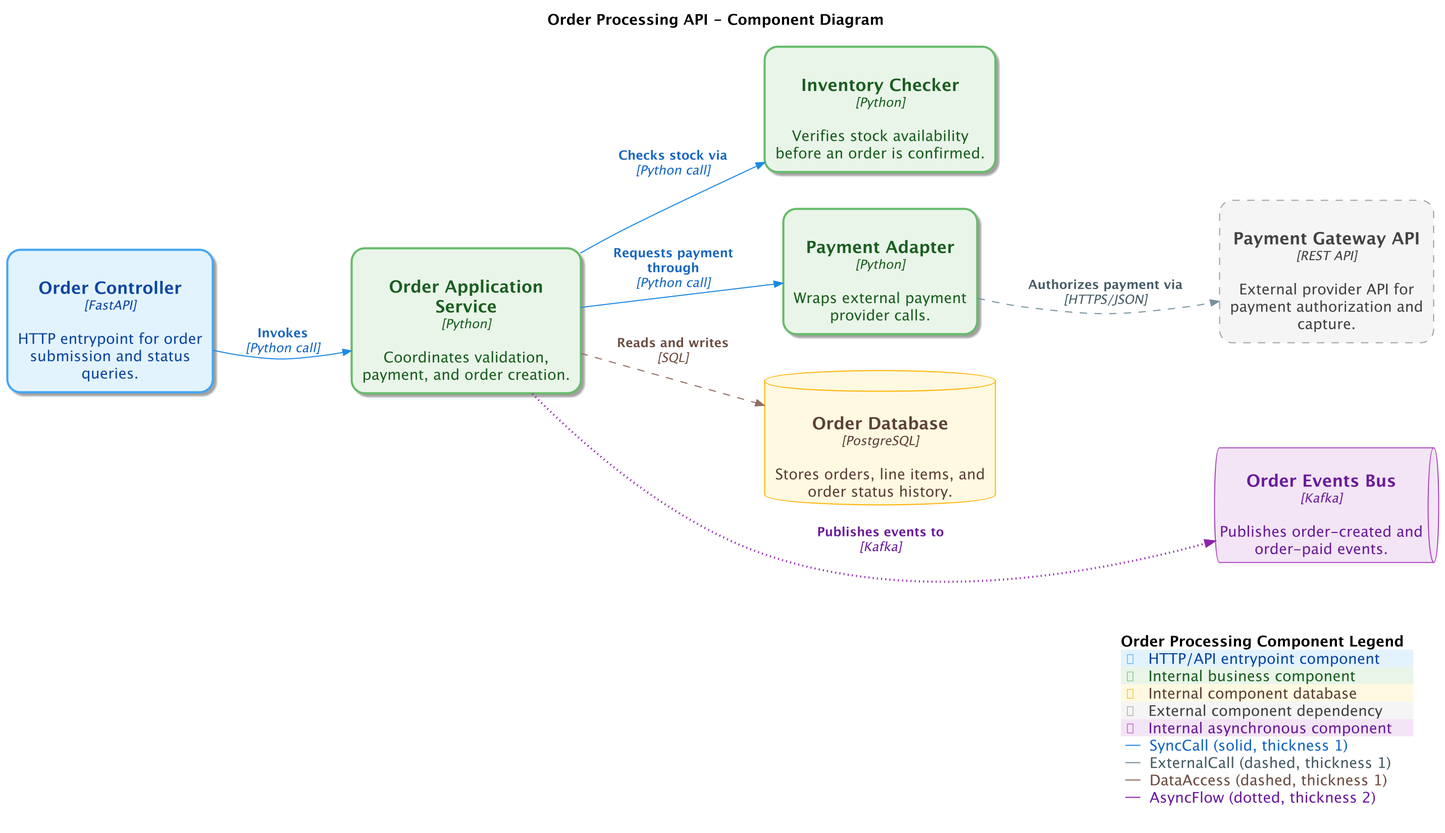
sidorov-as/c4-diagrams keeps this PlantUML diagram as docs/assets/examples/plantuml/component-diagram.png. Above is the earlier version.
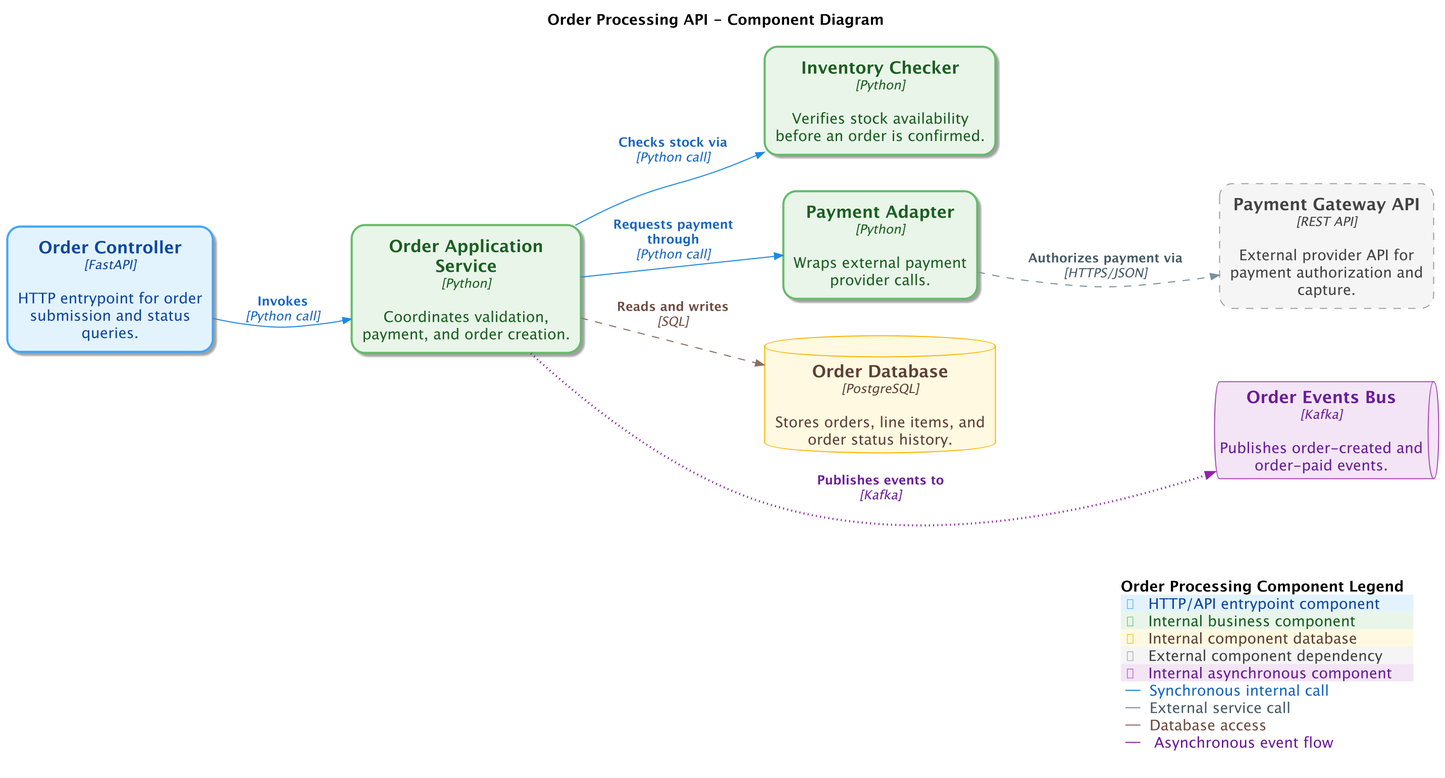
The same diagram one commit later.

What changed in the source:
```diff
@@ -6,17 +6,17 @@
 !endif
 skinparam dpi 200
 
-AddComponentTag("Entrypoint", $bgColor="#e3f2fd", $fontColor="#0d47a1", $borderColor="#42a5f5", $shadowing="true", $shape=RoundedBoxShape(), $sprite="server", $techn="FastAPI", $legendText="HTTP/API entrypoint component", $legendSprite="server", $borderStyle=BoldLine(), $borderThickness="2")
-AddComponentTag("CoreComponent", $bgColor="#e8f5e9", $fontColor="#1b5e20", $borderColor="#66bb6a", $shadowing="true", $shape=RoundedBoxShape(), $sprite="server", $techn="Python", $legendText="Internal business component", $legendSprite="server", $borderStyle=SolidLine(), $borderThickness="2")
-AddComponentTag("Orders", $bgColor="#fff3e0", $fontColor="#e65100", $borderColor="#fb8c00", $shadowing="true", $shape=RoundedBoxShape(), $sprite="server", $techn="Python", $legendText="Order management component", $legendSprite="server", $borderStyle=SolidLine(), $borderThickness="2")
-AddComponentTag("Payments", $bgColor="#ede7f6", $fontColor="#311b92", $borderColor="#7e57c2", $shadowing="true", $shape=RoundedBoxShape(), $sprite="server", $techn="Python", $legendText="Payment-related component", $legendSprite="server", $borderStyle=SolidLine(), $borderThickness="2")
-AddComponentTag("ComponentDatabase", $bgColor="#fff8e1", $fontColor="#5d4037", $borderColor="#ffb300", $shape=RoundedBoxShape(), $sprite="database", $techn="PostgreSQL", $legendText="Internal component database", $legendSprite="database", $borderStyle=SolidLine(), $borderThickness="1")
-AddExternalComponentTag("ExternalComponent", $bgColor="#f5f5f5", $fontColor="#424242", $borderColor="#9e9e9e", $shape=RoundedBoxShape(), $sprite="cloud", $techn="REST API", $legendText="External component dependency", $legendSprite="cloud", $borderStyle=DashedLine(), $borderThickness="1")
-AddComponentTag("AsyncComponent", $bgColor="#f3e5f5", $fontColor="#6a1b9a", $borderColor="#ab47bc", $shape=RoundedBoxShape(), $sprite="queue", $techn="Kafka", $legendText="Internal asynchronous component", $legendSprite="queue", $borderStyle=SolidLine(), $borderThickness="1")
-AddRelTag("SyncCall", $textColor="#1565c0", $lineColor="#1e88e5", $lineStyle=SolidLine(), $lineThickness="1", $techn="Python call")
-AddRelTag("ExternalCall", $textColor="#455a64", $lineColor="#78909c", $lineStyle=DashedLine(), $lineThickness="1", $techn="HTTPS/JSON")
-AddRelTag("DataAccess", $textColor="#6d4c41", $lineColor="#8d6e63", $lineStyle=DashedLine(), $lineThickness="1", $techn="SQL")
-AddRelTag("AsyncFlow", $textColor="#6a1b9a", $lineColor="#8e24aa", $lineStyle=DottedLine(), $lineThickness="2", $techn="Kafka")
+AddComponentTag("Entrypoint", $bgColor="#e3f2fd", $fontColor="#0d47a1", $borderColor="#42a5f5", $shadowing="true", $shape=RoundedBoxShape(), $techn="FastAPI", $legendText="HTTP/API entrypoint component", $legendSprite="server", $borderStyle=BoldLine(), $borderThickness="2")
+AddComponentTag("CoreComponent", $bgColor="#e8f5e9", $fontColor="#1b5e20", $borderColor="#66bb6a", $shadowing="true", $shape=RoundedBoxShape(), $techn="Python", $legendText="Internal business component", $legendSprite="server", $borderStyle=SolidLine(), $borderThickness="2")
+AddComponentTag("Orders", $bgColor="#fff3e0", $fontColor="#e65100", $borderColor="#fb8c00", $shadowing="true", $shape=RoundedBoxShape(), $techn="Python", $legendText="Order management component", $legendSprite="server", $borderStyle=SolidLine(), $borderThickness="2")
+AddComponentTag("Payments", $bgColor="#ede7f6", $fontColor="#311b92", $borderColor="#7e57c2", $shadowing="true", $shape=RoundedBoxShape(), $techn="Python", $legendText="Payment-related component", $legendSprite="server", $borderStyle=SolidLine(), $borderThickness="2")
+AddComponentTag("ComponentDatabase", $bgColor="#fff8e1", $fontColor="#5d4037", $borderColor="#ffb300", $shadowing="false", $shape=RoundedBoxShape(), $techn="PostgreSQL", $legendText="Internal component database", $legendSprite="database", $borderStyle=SolidLine(), $borderThickness="1")
+AddExternalComponentTag("ExternalComponent", $bgColor="#f5f5f5", $fontColor="#424242", $borderColor="#9e9e9e", $shadowing="false", $shape=RoundedBoxShape(), $techn="REST API", $legendText="External component dependency", $legendSprite="cloud", $borderStyle=DashedLine(), $borderThickness="1")
+AddComponentTag("AsyncComponent", $bgColor="#f3e5f5", $fontColor="#6a1b9a", $borderColor="#ab47bc", $shadowing="false", $shape=RoundedBoxShape(), $techn="Kafka", $legendText="Internal asynchronous component", $legendSprite="queue", $borderStyle=SolidLine(), $borderThickness="1")
+AddRelTag("SyncCall", $textColor="#1565c0", $lineColor="#1e88e5", $lineStyle=SolidLine(), $techn="Python call", $legendText="Synchronous internal call", $lineThickness="1")
+AddRelTag("ExternalCall", $textColor="#455a64", $lineColor="#78909c", $lineStyle=DashedLine(), $techn="HTTPS/JSON", $legendText="External service call", $lineThickness="1")
+AddRelTag("DataAccess", $textColor="#6d4c41", $lineColor="#8d6e63", $lineStyle=DashedLine(), $techn="SQL", $legendText="Database access", $lineThickness="1")
+AddRelTag("AsyncFlow", $textColor="#6a1b9a", $lineColor="#8e24aa", $lineStyle=DottedLine(), $techn="Kafka", $legendText="Asynchronous event flow", $legendSprite="queue", $lineThickness="2")
 
 UpdateElementStyle("component", $shape=RoundedBoxShape(), $borderStyle=SolidLine())
 UpdateRelStyle($textColor="#37474f", $lineColor="#546e7a")
@@ -27,19 +27,19 @@
 
 title Order Processing API - Component Diagram
 
-Component(order_controller, "Order Controller", "FastAPI", "HTTP entrypoint for order submission and status queries.", $sprite="server", $tags="Entrypoint+CoreComponent")
+Component(order_controller, "Order Controller", "FastAPI", "HTTP entrypoint for order submission and status queries.", $tags="Entrypoint+CoreComponent")
 
-Component(order_app_service, "Order Application Service", "Python", "Coordinates validation, payment, and order creation.", $sprite="server", $tags="CoreComponent+Orders")
+Component(order_app_service, "Order Application Service", "Python", "Coordinates validation, payment, and order creation.", $tags="CoreComponent+Orders")
 
-Component(inventory_checker, "Inventory Checker", "Python", "Verifies stock availability before an order is confirmed.", $sprite="server", $tags="CoreComponent")
+Component(inventory_checker, "Inventory Checker", "Python", "Verifies stock availability before an order is confirmed.", $tags="CoreComponent")
 
-Component(payment_adapter, "Payment Adapter", "Python", "Wraps external payment provider calls.", $sprite="server", $tags="CoreComponent+Payments")
+Component(payment_adapter, "Payment Adapter", "Python", "Wraps external payment provider calls.", $tags="CoreComponent+Payments")
 
-ComponentDb(order_db, "Order Database", "PostgreSQL", "Stores orders, line items, and order status history.", $sprite="database", $tags="ComponentDatabase")
+ComponentDb(order_db, "Order Database", "PostgreSQL", "Stores orders, line items, and order status history.", $tags="ComponentDatabase")
 
-Component_Ext(payment_gateway_api, "Payment Gateway API", "REST API", "External provider API for payment authorization and capture.", $sprite="cloud", $tags="ExternalComponent")
+Component_Ext(payment_gateway_api, "Payment Gateway API", "REST API", "External provider API for payment authorization and capture.", $tags="ExternalComponent")
 
-ComponentQueue(order_events_bus, "Order Events Bus", "Kafka", "Publishes order-created and order-paid events.", $sprite="queue", $tags="AsyncComponent")
+ComponentQueue(order_events_bus, "Order Events Bus", "Kafka", "Publishes order-created and order-paid events.", $tags="AsyncComponent")
 
 Rel(order_controller, order_app_service, "Invokes", "Python call", $tags="SyncCall")
 Rel(order_app_service, inventory_checker, "Checks stock via", "Python call", $tags="SyncCall")
@@ -47,7 +47,6 @@
 Rel(payment_adapter, payment_gateway_api, "Authorizes payment via", "HTTPS/JSON", $tags="ExternalCall")
 Rel(order_app_service, order_db, "Reads and writes", "SQL", $tags="DataAccess")
 Rel(order_app_service, order_events_bus, "Publishes events to", "Kafka", $tags="AsyncFlow")
-
 Lay_R(order_controller, order_app_service)
 Lay_R(order_app_service, inventory_checker)
 Lay_D(order_app_service, order_db)
@@ -55,6 +54,6 @@
 Lay_R(payment_adapter, payment_gateway_api)
 Lay_D(payment_adapter, order_events_bus)
 
-SHOW_LEGEND($details=Normal())
+SHOW_LEGEND($hideStereotype="false", $details=Normal())
 
 @enduml
```
